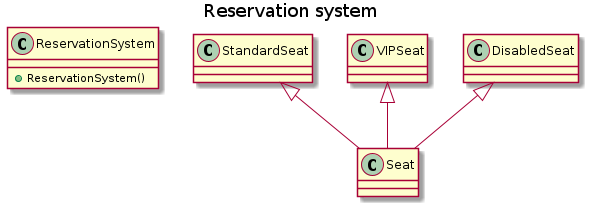
anraf1001/reservation-system keeps this PlantUML diagram as out/reservation-system/Reservation system.png. Above is the earlier version.
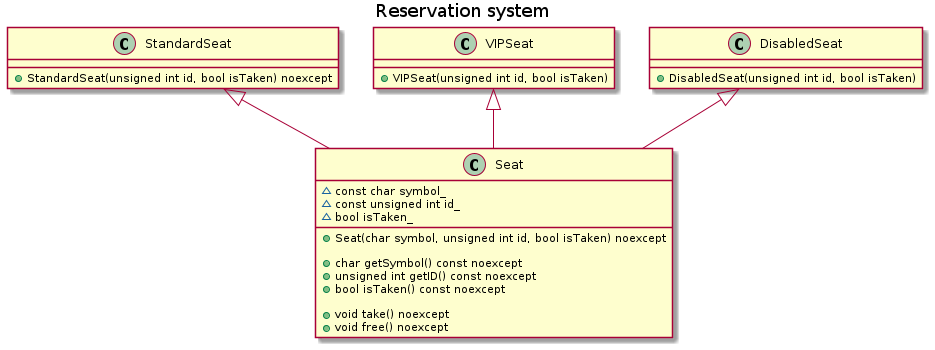
Later version of the same file.

Change to the diagram source:
```diff
@@ -4,24 +4,32 @@
 Reservation system
 end title
 
-class ReservationSystem {
-    +ReservationSystem()
+class Seat {
+    +Seat(char symbol, unsigned int id, bool isTaken) noexcept
+
+    +char getSymbol() const noexcept
+    +unsigned int getID() const noexcept
+    +bool isTaken() const noexcept
+
+    +void take() noexcept
+    +void free() noexcept
+
+    ~const char symbol_
+    ~const unsigned int id_
+    ~bool isTaken_
 }
 
-class Seat {
-
-}
 
 class StandardSeat {
-
+    +StandardSeat(unsigned int id, bool isTaken) noexcept
 }
 
 class VIPSeat {
-
+    +VIPSeat(unsigned int id, bool isTaken)
 }
 
 class DisabledSeat {
-
+    +DisabledSeat(unsigned int id, bool isTaken)
 }
 
 StandardSeat <|-- Seat
```
